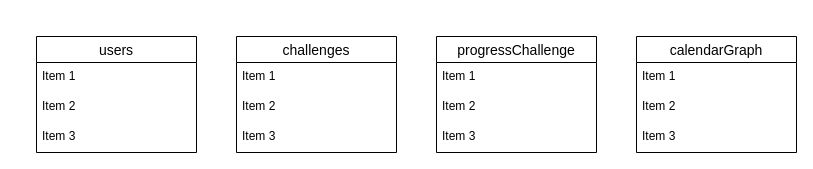
This is nuxt-course-vm-mongodb.drawio from CyberPunk10/nuxt.js-course-vm, a draw.io file, before an edit. Source tidied: cells renumbered, new cells numbered last; positions are measured from the earlier drawing's top-left corner, leaving out a move shared by most shapes. Both pictures are drawn from the tidied source at 100%, with x=0, y=0 at pixel (36, 36).
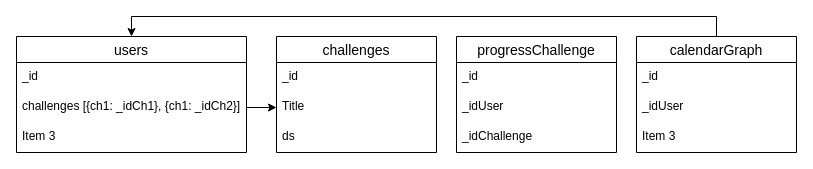
The same diagram, later.

The change refers to these unchanged cells:
```xml
<mxCell id="14" value="calendarGraph" style="swimlane;fontStyle=0;horizontal=1;startSize=26;align=center;fontSize=14;" parent="1" vertex="1">
  <mxGeometry x="600" width="160" height="116" as="geometry" />
</mxCell>
```

Change to the diagram source:
```diff
@@
     <mxCell id="2" value="users" style="swimlane;fontStyle=0;horizontal=1;startSize=26;align=center;fontSize=14;" parent="1" vertex="1">
-      <mxGeometry width="160" height="116" as="geometry" />
+      <mxGeometry x="-20" width="230" height="116" as="geometry" />
     </mxCell>
-    <mxCell id="3" value="Item 1" style="text;strokeColor=none;fillColor=none;spacingLeft=4;spacingRight=4;overflow=hidden;fontSize=12;" parent="2" vertex="1">
-      <mxGeometry y="26" width="160" height="30" as="geometry" />
+    <mxCell id="3" value="_id" style="text;strokeColor=none;fillColor=none;spacingLeft=4;spacingRight=4;overflow=hidden;fontSize=12;" parent="2" vertex="1">
+      <mxGeometry y="26" width="230" height="30" as="geometry" />
     </mxCell>
-    <mxCell id="4" value="Item 2" style="text;strokeColor=none;fillColor=none;spacingLeft=4;spacingRight=4;overflow=hidden;points=[[0,0.5],[1,0.5]];portConstraint=eastwest;fontSize=12;" parent="2" vertex="1">
-      <mxGeometry y="56" width="160" height="30" as="geometry" />
+    <mxCell id="4" value="challenges [{ch1: _idCh1}, {ch1: _idCh2}]" style="text;strokeColor=none;fillColor=none;spacingLeft=4;spacingRight=4;overflow=hidden;points=[[0,0.5],[1,0.5]];portConstraint=eastwest;fontSize=12;" parent="2" vertex="1">
+      <mxGeometry y="56" width="230" height="30" as="geometry" />
     </mxCell>
     <mxCell id="5" value="Item 3" style="text;strokeColor=none;fillColor=none;spacingLeft=4;spacingRight=4;overflow=hidden;fontSize=12;" parent="2" vertex="1">
-      <mxGeometry y="86" width="160" height="30" as="geometry" />
+      <mxGeometry y="86" width="230" height="30" as="geometry" />
     </mxCell>
     <mxCell id="6" value="challenges" style="swimlane;fontStyle=0;horizontal=1;startSize=26;align=center;fontSize=14;" parent="1" vertex="1">
-      <mxGeometry x="200" width="160" height="116" as="geometry" />
+      <mxGeometry x="240" width="160" height="116" as="geometry" />
     </mxCell>
-    <mxCell id="7" value="Item 1" style="text;strokeColor=none;fillColor=none;spacingLeft=4;spacingRight=4;overflow=hidden;fontSize=12;" parent="6" vertex="1">
+    <mxCell id="7" value="_id" style="text;strokeColor=none;fillColor=none;spacingLeft=4;spacingRight=4;overflow=hidden;fontSize=12;" parent="6" vertex="1">
       <mxGeometry y="26" width="160" height="30" as="geometry" />
     </mxCell>
-    <mxCell id="8" value="Item 2" style="text;strokeColor=none;fillColor=none;spacingLeft=4;spacingRight=4;overflow=hidden;points=[[0,0.5],[1,0.5]];portConstraint=eastwest;fontSize=12;" parent="6" vertex="1">
+    <mxCell id="8" value="Title" style="text;strokeColor=none;fillColor=none;spacingLeft=4;spacingRight=4;overflow=hidden;points=[[0,0.5],[1,0.5]];portConstraint=eastwest;fontSize=12;" parent="6" vertex="1">
       <mxGeometry y="56" width="160" height="30" as="geometry" />
     </mxCell>
-    <mxCell id="9" value="Item 3" style="text;strokeColor=none;fillColor=none;spacingLeft=4;spacingRight=4;overflow=hidden;fontSize=12;" parent="6" vertex="1">
+    <mxCell id="9" value="ds" style="text;strokeColor=none;fillColor=none;spacingLeft=4;spacingRight=4;overflow=hidden;fontSize=12;" parent="6" vertex="1">
       <mxGeometry y="86" width="160" height="30" as="geometry" />
     </mxCell>
     <mxCell id="10" value="progressChallenge" style="swimlane;fontStyle=0;horizontal=1;startSize=26;align=center;fontSize=14;" parent="1" vertex="1">
-      <mxGeometry x="400" width="160" height="116" as="geometry" />
+      <mxGeometry x="420" width="160" height="116" as="geometry" />
     </mxCell>
-    <mxCell id="11" value="Item 1" style="text;strokeColor=none;fillColor=none;spacingLeft=4;spacingRight=4;overflow=hidden;fontSize=12;" parent="10" vertex="1">
+    <mxCell id="11" value="_id" style="text;strokeColor=none;fillColor=none;spacingLeft=4;spacingRight=4;overflow=hidden;fontSize=12;" parent="10" vertex="1">
       <mxGeometry y="26" width="160" height="30" as="geometry" />
     </mxCell>
-    <mxCell id="12" value="Item 2" style="text;strokeColor=none;fillColor=none;spacingLeft=4;spacingRight=4;overflow=hidden;fontSize=12;" parent="10" vertex="1">
+    <mxCell id="12" value="_idUser" style="text;strokeColor=none;fillColor=none;spacingLeft=4;spacingRight=4;overflow=hidden;fontSize=12;" parent="10" vertex="1">
       <mxGeometry y="56" width="160" height="30" as="geometry" />
     </mxCell>
-    <mxCell id="13" value="Item 3" style="text;strokeColor=none;fillColor=none;spacingLeft=4;spacingRight=4;overflow=hidden;fontSize=12;" parent="10" vertex="1">
+    <mxCell id="13" value="_idChallenge" style="text;strokeColor=none;fillColor=none;spacingLeft=4;spacingRight=4;overflow=hidden;fontSize=12;" parent="10" vertex="1">
       <mxGeometry y="86" width="160" height="30" as="geometry" />
     </mxCell>
+    <mxCell id="18" style="edgeStyle=orthogonalEdgeStyle;rounded=0;jettySize=auto;html=1;entryX=0.5;entryY=0;entryDx=0;entryDy=0;" parent="1" edge="1" source="14" target="2">
+      <mxGeometry relative="1" as="geometry">
+        <Array as="points">
+          <mxPoint x="680" y="-20" />
+          <mxPoint x="95" y="-20" />
+        </Array>
+      </mxGeometry>
+    </mxCell>
@@
-    <mxCell id="15" value="Item 1" style="text;strokeColor=none;fillColor=none;spacingLeft=4;spacingRight=4;overflow=hidden;fontSize=12;" parent="14" vertex="1">
+    <mxCell id="15" value="_id" style="text;strokeColor=none;fillColor=none;spacingLeft=4;spacingRight=4;overflow=hidden;fontSize=12;" parent="14" vertex="1">
       <mxGeometry y="26" width="160" height="30" as="geometry" />
     </mxCell>
-    <mxCell id="16" value="Item 2" style="text;strokeColor=none;fillColor=none;spacingLeft=4;spacingRight=4;overflow=hidden;fontSize=12;" parent="14" vertex="1">
+    <mxCell id="16" value="_idUser" style="text;strokeColor=none;fillColor=none;spacingLeft=4;spacingRight=4;overflow=hidden;fontSize=12;" parent="14" vertex="1">
       <mxGeometry y="56" width="160" height="30" as="geometry" />
     </mxCell>
@@
+    <mxCell id="19" style="edgeStyle=orthogonalEdgeStyle;rounded=0;jettySize=auto;html=1;" parent="1" edge="1" source="4" target="8">
+      <mxGeometry relative="1" as="geometry" />
+    </mxCell>
```
